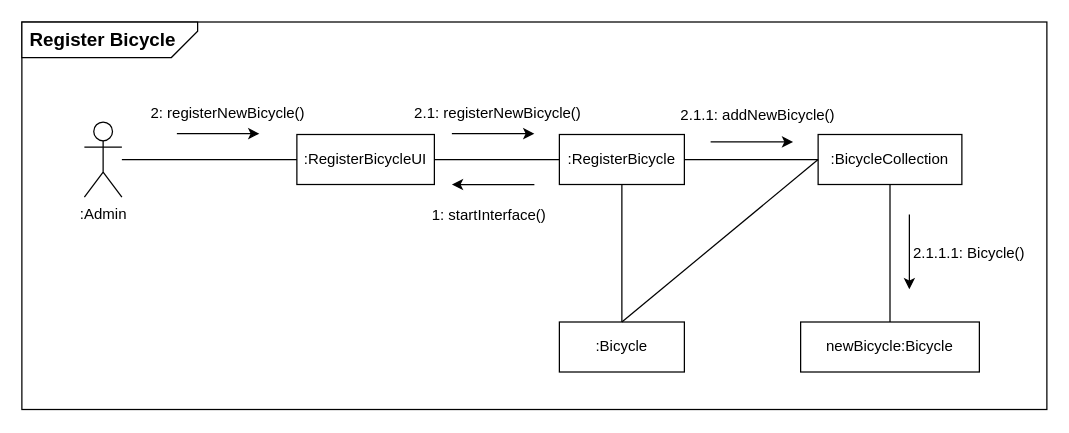
Above: RegisterBicycle_Communication_Diagram.drawio in MODUGGAGI/homework (draw.io), before the change. Source tidied: cells renumbered, new cells numbered last; positions are measured from the earlier drawing's top-left corner, leaving out a move shared by most shapes. Both pictures are drawn from the tidied source at 125%, with x=0, y=0 at pixel (21, -49).
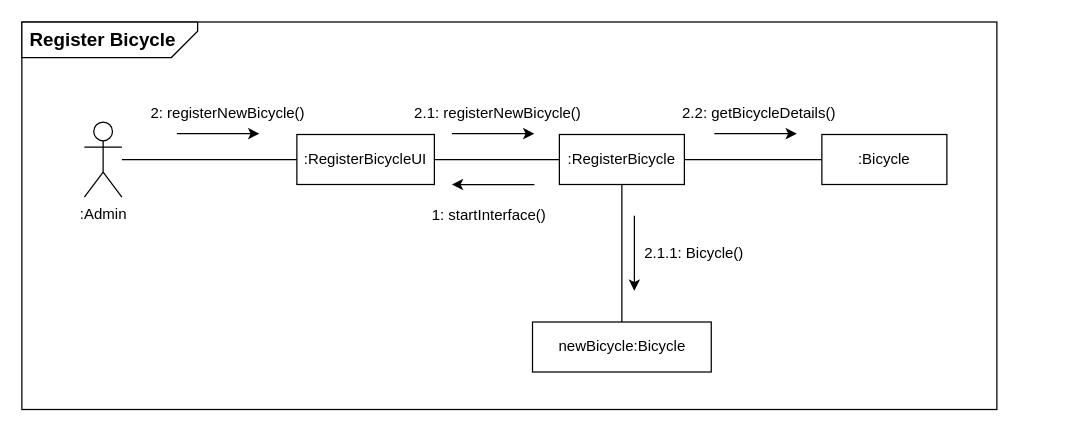
After the change.

Unchanged cells that the change refers to:
```xml
<mxCell id="5" value=":RegisterBicycle" style="rounded=0;whiteSpace=wrap;html=1;" parent="1" vertex="1">
  <mxGeometry x="430" y="146.1" width="100" height="40" as="geometry" />
</mxCell>
```

Change to the diagram source:
```diff
@@
     <mxCell id="2" style="rounded=0;whiteSpace=wrap;html=1;" parent="1" vertex="1">
-      <mxGeometry y="56.1" width="820" height="310" as="geometry" />
+      <mxGeometry y="56.1" width="780" height="310" as="geometry" />
     </mxCell>
@@
-    <mxCell id="8" value=":BicycleCollection" style="rounded=0;whiteSpace=wrap;html=1;" parent="1" vertex="1">
-      <mxGeometry x="637" y="146.1" width="115" height="40" as="geometry" />
-    </mxCell>
-    <mxCell id="9" style="endArrow=none;html=1;rounded=0;entryX=1;entryY=0.5;entryDx=0;entryDy=0;exitX=0;exitY=0.5;exitDx=0;exitDy=0;" parent="1" edge="1" source="8" target="5">
+    <mxCell id="9" style="endArrow=none;html=1;rounded=0;entryX=1;entryY=0.5;entryDx=0;entryDy=0;exitX=0;exitY=0.5;exitDx=0;exitDy=0;" parent="1" edge="1" source="24" target="5">
       <mxGeometry relative="1" as="geometry" />
     </mxCell>
@@
     <mxCell id="14" value="newBicycle:Bicycle" style="rounded=0;whiteSpace=wrap;html=1;" parent="1" vertex="1">
-      <mxGeometry x="623" y="296.1" width="143" height="40" as="geometry" />
+      <mxGeometry x="408.5" y="296.1" width="143" height="40" as="geometry" />
     </mxCell>
-    <mxCell id="15" style="endArrow=none;html=1;rounded=0;exitX=0.5;exitY=1;exitDx=0;exitDy=0;entryX=0.5;entryY=0;entryDx=0;entryDy=0;" parent="1" edge="1" source="8" target="14">
-      <mxGeometry relative="1" as="geometry" />
-    </mxCell>
@@
-    <mxCell id="19" style="endArrow=classic;html=1;rounded=0;" parent="1" edge="1">
-      <mxGeometry relative="1" as="geometry">
-        <mxPoint x="551" y="152" as="sourcePoint" />
-        <mxPoint x="617" y="152" as="targetPoint" />
-      </mxGeometry>
-    </mxCell>
-    <mxCell id="20" value="2.1.1.1: Bicycle()" style="text;html=1;align=center;verticalAlign=middle;whiteSpace=wrap;rounded=0;" parent="1" vertex="1">
-      <mxGeometry x="710" y="226.1" width="96" height="30" as="geometry" />
+    <mxCell id="20" value="2.1.1: Bicycle()" style="text;html=1;align=center;verticalAlign=middle;whiteSpace=wrap;rounded=0;" parent="1" vertex="1">
+      <mxGeometry x="490" y="226.1" width="96" height="30" as="geometry" />
     </mxCell>
@@
     <mxCell id="22" style="endArrow=classic;html=1;rounded=0;" parent="1" edge="1">
       <mxGeometry relative="1" as="geometry">
-        <mxPoint x="710" y="210" as="sourcePoint" />
-        <mxPoint x="710" y="270" as="targetPoint" />
+        <mxPoint x="490" y="211.1" as="sourcePoint" />
+        <mxPoint x="490" y="271.1" as="targetPoint" />
       </mxGeometry>
     </mxCell>
-    <mxCell id="23" value="2.1.1: addNewBicycle()" style="text;html=1;align=center;verticalAlign=middle;whiteSpace=wrap;rounded=0;" parent="1" vertex="1">
-      <mxGeometry x="519" y="116.1" width="140" height="30" as="geometry" />
-    </mxCell>
     <mxCell id="24" value=":Bicycle" style="rounded=0;whiteSpace=wrap;html=1;" parent="1" vertex="1">
-      <mxGeometry x="430" y="296.1" width="100" height="40" as="geometry" />
+      <mxGeometry x="640" y="146.1" width="100" height="40" as="geometry" />
     </mxCell>
-    <mxCell id="25" style="endArrow=none;html=1;rounded=0;exitX=0;exitY=0.5;exitDx=0;exitDy=0;entryX=0.5;entryY=0;entryDx=0;entryDy=0;" parent="1" edge="1" source="8" target="24">
-      <mxGeometry relative="1" as="geometry" />
-    </mxCell>
-    <mxCell id="26" style="endArrow=none;html=1;rounded=0;exitX=0.5;exitY=1;exitDx=0;exitDy=0;entryX=0.5;entryY=0;entryDx=0;entryDy=0;" parent="1" edge="1" source="5" target="24">
-      <mxGeometry relative="1" as="geometry" />
-    </mxCell>
+    <mxCell id="27" style="endArrow=none;html=1;rounded=0;entryX=0.5;entryY=1;entryDx=0;entryDy=0;exitX=0.5;exitY=0;exitDx=0;exitDy=0;" parent="1" edge="1" source="14" target="5">
+      <mxGeometry relative="1" as="geometry" />
+    </mxCell>
+    <mxCell id="28" style="endArrow=classic;html=1;rounded=0;" parent="1" edge="1">
+      <mxGeometry relative="1" as="geometry">
+        <mxPoint x="554" y="145.4" as="sourcePoint" />
+        <mxPoint x="620" y="145.4" as="targetPoint" />
+      </mxGeometry>
+    </mxCell>
+    <mxCell id="29" value="2.2: getBicycleDetails&lt;span style=&quot;background-color: transparent; color: light-dark(rgb(0, 0, 0), rgb(255, 255, 255));&quot;&gt;()&lt;/span&gt;" style="text;html=1;align=center;verticalAlign=middle;whiteSpace=wrap;rounded=0;" parent="1" vertex="1">
+      <mxGeometry x="517" y="114.1" width="146" height="30" as="geometry" />
+    </mxCell>
```
